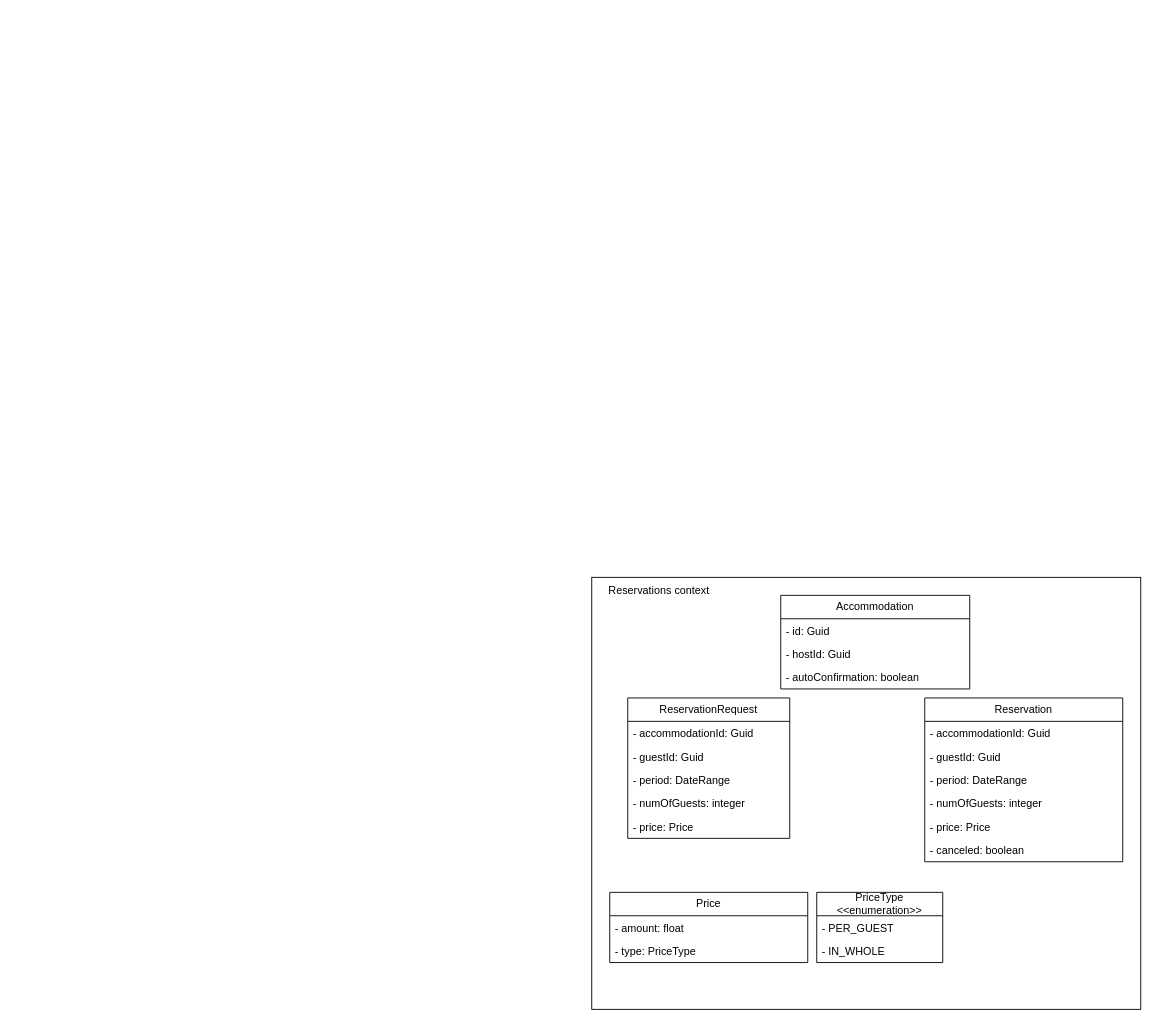
Above: accommodation-booking/architecture.drawio in markor33/booking-app (draw.io), before the change. Source tidied: cells renumbered, new cells numbered last; positions are measured from the earlier drawing's top-left corner, leaving out a move shared by most shapes. Both pictures are drawn from the tidied source at 90%, with x=0, y=0 at pixel (591, 577).
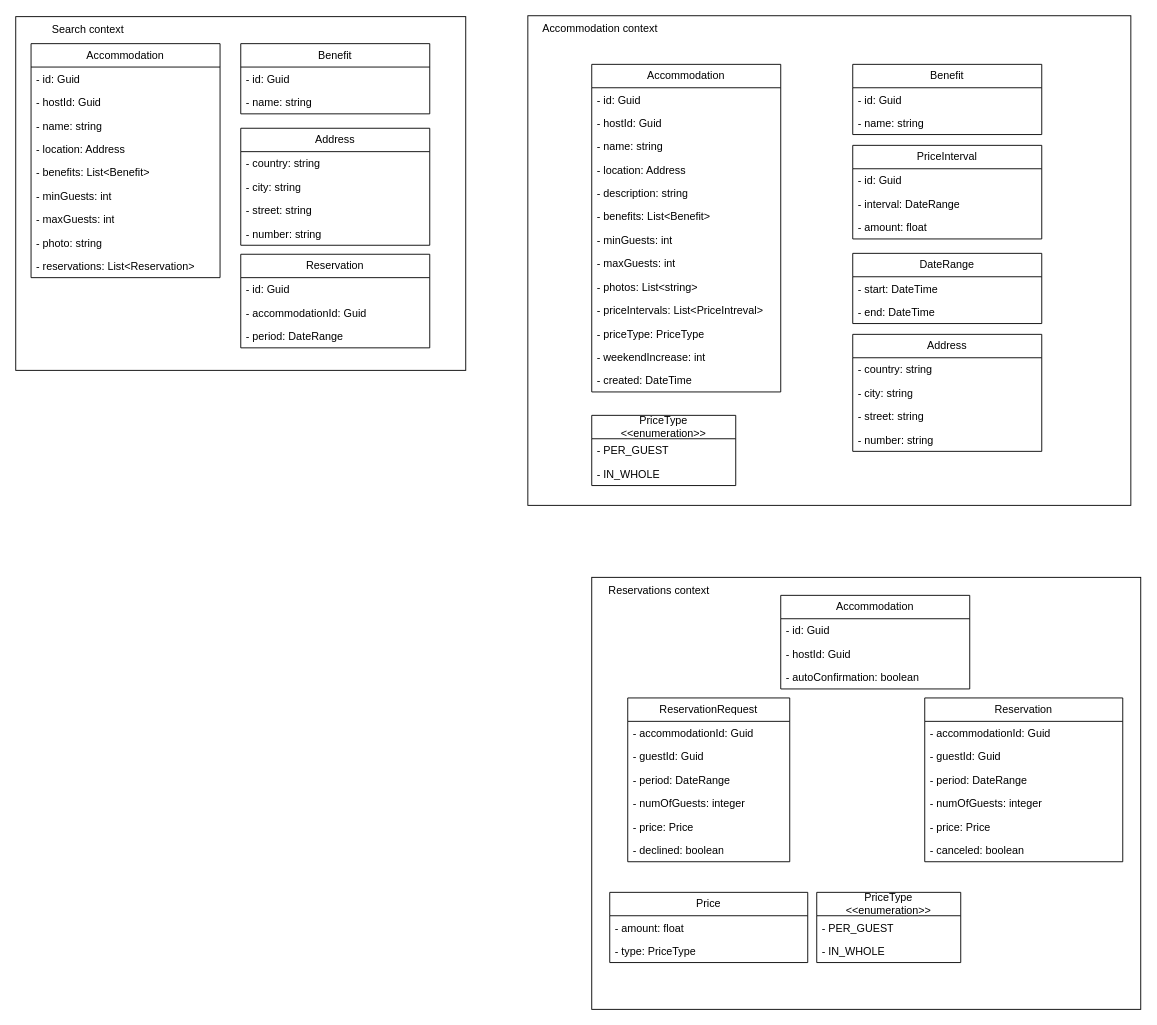
After the change.

Commit message (it also covers changes not shown here):
Implement simple search

Diff of the diagram source:
```diff
@@
+    <mxCell id="27" style="rounded=0;whiteSpace=wrap;html=1;" parent="1" vertex="1">
+      <mxGeometry x="-71" y="-624" width="670" height="544" as="geometry" />
+    </mxCell>
@@
     <mxCell id="3" value="ReservationRequest" style="swimlane;fontStyle=0;horizontal=1;startSize=26;fillColor=none;whiteSpace=wrap;html=1;" parent="1" vertex="1">
-      <mxGeometry x="40" y="134" width="180" height="156" as="geometry" />
+      <mxGeometry x="40" y="134" width="180" height="182" as="geometry" />
     </mxCell>
@@
+    <mxCell id="28" value="- declined: boolean" style="text;strokeColor=none;fillColor=none;align=left;verticalAlign=top;spacingLeft=4;spacingRight=4;overflow=hidden;whiteSpace=wrap;html=1;" parent="3" vertex="1">
+      <mxGeometry y="156" width="180" height="26" as="geometry" />
+    </mxCell>
@@
     <mxCell id="23" value="PriceType&lt;br&gt;&amp;lt;&amp;lt;enumeration&amp;gt;&amp;gt;" style="swimlane;fontStyle=0;horizontal=1;startSize=26;fillColor=none;whiteSpace=wrap;html=1;" parent="1" vertex="1">
-      <mxGeometry x="250" y="350" width="140" height="78" as="geometry" />
+      <mxGeometry x="250" y="350" width="160" height="78" as="geometry" />
     </mxCell>
     <mxCell id="24" value="- PER_GUEST" style="text;strokeColor=none;fillColor=none;align=left;verticalAlign=top;spacingLeft=4;spacingRight=4;overflow=hidden;whiteSpace=wrap;html=1;" parent="23" vertex="1">
-      <mxGeometry y="26" width="140" height="26" as="geometry" />
+      <mxGeometry y="26" width="160" height="26" as="geometry" />
     </mxCell>
     <mxCell id="25" value="- IN_WHOLE" style="text;strokeColor=none;fillColor=none;align=left;verticalAlign=top;spacingLeft=4;spacingRight=4;overflow=hidden;whiteSpace=wrap;html=1;" parent="23" vertex="1">
-      <mxGeometry y="52" width="140" height="26" as="geometry" />
+      <mxGeometry y="52" width="160" height="26" as="geometry" />
     </mxCell>
@@
+    <mxCell id="29" value="Accommodation" style="swimlane;fontStyle=0;horizontal=1;startSize=26;fillColor=none;whiteSpace=wrap;html=1;" parent="1" vertex="1">
+      <mxGeometry y="-570" width="210" height="364" as="geometry" />
+    </mxCell>
+    <mxCell id="30" value="- id: Guid" style="text;strokeColor=none;fillColor=none;align=left;verticalAlign=top;spacingLeft=4;spacingRight=4;overflow=hidden;whiteSpace=wrap;html=1;" parent="29" vertex="1">
+      <mxGeometry y="26" width="210" height="26" as="geometry" />
+    </mxCell>
+    <mxCell id="31" value="- hostId: Guid" style="text;strokeColor=none;fillColor=none;align=left;verticalAlign=top;spacingLeft=4;spacingRight=4;overflow=hidden;whiteSpace=wrap;html=1;" parent="29" vertex="1">
+      <mxGeometry y="52" width="210" height="26" as="geometry" />
+    </mxCell>
+    <mxCell id="32" value="- name: string" style="text;strokeColor=none;fillColor=none;align=left;verticalAlign=top;spacingLeft=4;spacingRight=4;overflow=hidden;whiteSpace=wrap;html=1;" parent="29" vertex="1">
+      <mxGeometry y="78" width="210" height="26" as="geometry" />
+    </mxCell>
+    <mxCell id="33" value="- location: Address" style="text;strokeColor=none;fillColor=none;align=left;verticalAlign=top;spacingLeft=4;spacingRight=4;overflow=hidden;whiteSpace=wrap;html=1;" parent="29" vertex="1">
+      <mxGeometry y="104" width="210" height="26" as="geometry" />
+    </mxCell>
+    <mxCell id="34" value="- description: string" style="text;strokeColor=none;fillColor=none;align=left;verticalAlign=top;spacingLeft=4;spacingRight=4;overflow=hidden;whiteSpace=wrap;html=1;" parent="29" vertex="1">
+      <mxGeometry y="130" width="210" height="26" as="geometry" />
+    </mxCell>
+    <mxCell id="35" value="- benefits: List&amp;lt;Benefit&amp;gt;" style="text;strokeColor=none;fillColor=none;align=left;verticalAlign=top;spacingLeft=4;spacingRight=4;overflow=hidden;whiteSpace=wrap;html=1;" parent="29" vertex="1">
+      <mxGeometry y="156" width="210" height="26" as="geometry" />
+    </mxCell>
+    <mxCell id="36" value="- minGuests: int" style="text;strokeColor=none;fillColor=none;align=left;verticalAlign=top;spacingLeft=4;spacingRight=4;overflow=hidden;whiteSpace=wrap;html=1;" parent="29" vertex="1">
+      <mxGeometry y="182" width="210" height="26" as="geometry" />
+    </mxCell>
+    <mxCell id="37" value="- maxGuests: int" style="text;strokeColor=none;fillColor=none;align=left;verticalAlign=top;spacingLeft=4;spacingRight=4;overflow=hidden;whiteSpace=wrap;html=1;" parent="29" vertex="1">
+      <mxGeometry y="208" width="210" height="26" as="geometry" />
+    </mxCell>
+    <mxCell id="38" value="- photos: List&amp;lt;string&amp;gt;" style="text;strokeColor=none;fillColor=none;align=left;verticalAlign=top;spacingLeft=4;spacingRight=4;overflow=hidden;whiteSpace=wrap;html=1;" parent="29" vertex="1">
+      <mxGeometry y="234" width="210" height="26" as="geometry" />
+    </mxCell>
+    <mxCell id="39" value="- priceIntervals: List&amp;lt;PriceIntreval&amp;gt;" style="text;strokeColor=none;fillColor=none;align=left;verticalAlign=top;spacingLeft=4;spacingRight=4;overflow=hidden;whiteSpace=wrap;html=1;" parent="29" vertex="1">
+      <mxGeometry y="260" width="210" height="26" as="geometry" />
+    </mxCell>
+    <mxCell id="40" value="- priceType: PriceType" style="text;strokeColor=none;fillColor=none;align=left;verticalAlign=top;spacingLeft=4;spacingRight=4;overflow=hidden;whiteSpace=wrap;html=1;" parent="29" vertex="1">
+      <mxGeometry y="286" width="210" height="26" as="geometry" />
+    </mxCell>
+    <mxCell id="41" value="- weekendIncrease: int" style="text;strokeColor=none;fillColor=none;align=left;verticalAlign=top;spacingLeft=4;spacingRight=4;overflow=hidden;whiteSpace=wrap;html=1;" parent="29" vertex="1">
+      <mxGeometry y="312" width="210" height="26" as="geometry" />
+    </mxCell>
+    <mxCell id="42" value="- created: DateTime" style="text;strokeColor=none;fillColor=none;align=left;verticalAlign=top;spacingLeft=4;spacingRight=4;overflow=hidden;whiteSpace=wrap;html=1;" parent="29" vertex="1">
+      <mxGeometry y="338" width="210" height="26" as="geometry" />
+    </mxCell>
+    <mxCell id="43" value="Benefit" style="swimlane;fontStyle=0;horizontal=1;startSize=26;fillColor=none;whiteSpace=wrap;html=1;" parent="1" vertex="1">
+      <mxGeometry x="290" y="-570" width="210" height="78" as="geometry" />
+    </mxCell>
+    <mxCell id="44" value="- id: Guid" style="text;strokeColor=none;fillColor=none;align=left;verticalAlign=top;spacingLeft=4;spacingRight=4;overflow=hidden;whiteSpace=wrap;html=1;" parent="43" vertex="1">
+      <mxGeometry y="26" width="210" height="26" as="geometry" />
+    </mxCell>
+    <mxCell id="45" value="- name: string" style="text;strokeColor=none;fillColor=none;align=left;verticalAlign=top;spacingLeft=4;spacingRight=4;overflow=hidden;whiteSpace=wrap;html=1;" parent="43" vertex="1">
+      <mxGeometry y="52" width="210" height="26" as="geometry" />
+    </mxCell>
+    <mxCell id="46" value="PriceInterval" style="swimlane;fontStyle=0;horizontal=1;startSize=26;fillColor=none;whiteSpace=wrap;html=1;" parent="1" vertex="1">
+      <mxGeometry x="290" y="-480" width="210" height="104" as="geometry" />
+    </mxCell>
+    <mxCell id="47" value="- id: Guid" style="text;strokeColor=none;fillColor=none;align=left;verticalAlign=top;spacingLeft=4;spacingRight=4;overflow=hidden;whiteSpace=wrap;html=1;" parent="46" vertex="1">
+      <mxGeometry y="26" width="210" height="26" as="geometry" />
+    </mxCell>
+    <mxCell id="48" value="- interval: DateRange" style="text;strokeColor=none;fillColor=none;align=left;verticalAlign=top;spacingLeft=4;spacingRight=4;overflow=hidden;whiteSpace=wrap;html=1;" parent="46" vertex="1">
+      <mxGeometry y="52" width="210" height="26" as="geometry" />
+    </mxCell>
+    <mxCell id="49" value="- amount: float" style="text;strokeColor=none;fillColor=none;align=left;verticalAlign=top;spacingLeft=4;spacingRight=4;overflow=hidden;whiteSpace=wrap;html=1;" parent="46" vertex="1">
+      <mxGeometry y="78" width="210" height="26" as="geometry" />
+    </mxCell>
+    <mxCell id="50" value="PriceType&lt;br&gt;&amp;lt;&amp;lt;enumeration&amp;gt;&amp;gt;" style="swimlane;fontStyle=0;horizontal=1;startSize=26;fillColor=none;whiteSpace=wrap;html=1;" parent="1" vertex="1">
+      <mxGeometry y="-180" width="160" height="78" as="geometry" />
+    </mxCell>
+    <mxCell id="51" value="- PER_GUEST" style="text;strokeColor=none;fillColor=none;align=left;verticalAlign=top;spacingLeft=4;spacingRight=4;overflow=hidden;whiteSpace=wrap;html=1;" parent="50" vertex="1">
+      <mxGeometry y="26" width="160" height="26" as="geometry" />
+    </mxCell>
+    <mxCell id="52" value="- IN_WHOLE" style="text;strokeColor=none;fillColor=none;align=left;verticalAlign=top;spacingLeft=4;spacingRight=4;overflow=hidden;whiteSpace=wrap;html=1;" parent="50" vertex="1">
+      <mxGeometry y="52" width="160" height="26" as="geometry" />
+    </mxCell>
+    <mxCell id="53" value="DateRange" style="swimlane;fontStyle=0;horizontal=1;startSize=26;fillColor=none;whiteSpace=wrap;html=1;" parent="1" vertex="1">
+      <mxGeometry x="290" y="-360" width="210" height="78" as="geometry" />
+    </mxCell>
+    <mxCell id="54" value="- start: DateTime" style="text;strokeColor=none;fillColor=none;align=left;verticalAlign=top;spacingLeft=4;spacingRight=4;overflow=hidden;whiteSpace=wrap;html=1;" parent="53" vertex="1">
+      <mxGeometry y="26" width="210" height="26" as="geometry" />
+    </mxCell>
+    <mxCell id="55" value="- end: DateTime" style="text;strokeColor=none;fillColor=none;align=left;verticalAlign=top;spacingLeft=4;spacingRight=4;overflow=hidden;whiteSpace=wrap;html=1;" parent="53" vertex="1">
+      <mxGeometry y="52" width="210" height="26" as="geometry" />
+    </mxCell>
+    <mxCell id="56" value="Address" style="swimlane;fontStyle=0;horizontal=1;startSize=26;fillColor=none;whiteSpace=wrap;html=1;" parent="1" vertex="1">
+      <mxGeometry x="290" y="-270" width="210" height="130" as="geometry" />
+    </mxCell>
+    <mxCell id="57" value="- country: string" style="text;strokeColor=none;fillColor=none;align=left;verticalAlign=top;spacingLeft=4;spacingRight=4;overflow=hidden;whiteSpace=wrap;html=1;" parent="56" vertex="1">
+      <mxGeometry y="26" width="210" height="26" as="geometry" />
+    </mxCell>
+    <mxCell id="58" value="- city: string" style="text;strokeColor=none;fillColor=none;align=left;verticalAlign=top;spacingLeft=4;spacingRight=4;overflow=hidden;whiteSpace=wrap;html=1;" parent="56" vertex="1">
+      <mxGeometry y="52" width="210" height="26" as="geometry" />
+    </mxCell>
+    <mxCell id="59" value="- street: string" style="text;strokeColor=none;fillColor=none;align=left;verticalAlign=top;spacingLeft=4;spacingRight=4;overflow=hidden;whiteSpace=wrap;html=1;" parent="56" vertex="1">
+      <mxGeometry y="78" width="210" height="26" as="geometry" />
+    </mxCell>
+    <mxCell id="60" value="- number: string" style="text;strokeColor=none;fillColor=none;align=left;verticalAlign=top;spacingLeft=4;spacingRight=4;overflow=hidden;whiteSpace=wrap;html=1;" parent="56" vertex="1">
+      <mxGeometry y="104" width="210" height="26" as="geometry" />
+    </mxCell>
+    <mxCell id="61" value="Accommodation context" style="text;html=1;strokeColor=none;fillColor=none;align=center;verticalAlign=middle;whiteSpace=wrap;rounded=0;" parent="1" vertex="1">
+      <mxGeometry x="-71" y="-624" width="161" height="30" as="geometry" />
+    </mxCell>
+    <mxCell id="62" style="rounded=0;whiteSpace=wrap;html=1;" parent="1" vertex="1">
+      <mxGeometry x="-640" y="-623" width="500" height="393" as="geometry" />
+    </mxCell>
+    <mxCell id="63" value="Search context" style="text;html=1;strokeColor=none;fillColor=none;align=center;verticalAlign=middle;whiteSpace=wrap;rounded=0;" parent="1" vertex="1">
+      <mxGeometry x="-640" y="-623" width="161" height="30" as="geometry" />
+    </mxCell>
+    <mxCell id="64" value="Accommodation" style="swimlane;fontStyle=0;horizontal=1;startSize=26;fillColor=none;whiteSpace=wrap;html=1;" parent="1" vertex="1">
+      <mxGeometry x="-623" y="-593" width="210" height="260" as="geometry" />
+    </mxCell>
+    <mxCell id="65" value="- id: Guid" style="text;strokeColor=none;fillColor=none;align=left;verticalAlign=top;spacingLeft=4;spacingRight=4;overflow=hidden;whiteSpace=wrap;html=1;" parent="64" vertex="1">
+      <mxGeometry y="26" width="210" height="26" as="geometry" />
+    </mxCell>
+    <mxCell id="66" value="- hostId: Guid" style="text;strokeColor=none;fillColor=none;align=left;verticalAlign=top;spacingLeft=4;spacingRight=4;overflow=hidden;whiteSpace=wrap;html=1;" parent="64" vertex="1">
+      <mxGeometry y="52" width="210" height="26" as="geometry" />
+    </mxCell>
+    <mxCell id="67" value="- name: string" style="text;strokeColor=none;fillColor=none;align=left;verticalAlign=top;spacingLeft=4;spacingRight=4;overflow=hidden;whiteSpace=wrap;html=1;" parent="64" vertex="1">
+      <mxGeometry y="78" width="210" height="26" as="geometry" />
+    </mxCell>
+    <mxCell id="68" value="- location: Address" style="text;strokeColor=none;fillColor=none;align=left;verticalAlign=top;spacingLeft=4;spacingRight=4;overflow=hidden;whiteSpace=wrap;html=1;" parent="64" vertex="1">
+      <mxGeometry y="104" width="210" height="26" as="geometry" />
+    </mxCell>
+    <mxCell id="69" value="- benefits: List&amp;lt;Benefit&amp;gt;" style="text;strokeColor=none;fillColor=none;align=left;verticalAlign=top;spacingLeft=4;spacingRight=4;overflow=hidden;whiteSpace=wrap;html=1;" parent="64" vertex="1">
+      <mxGeometry y="130" width="210" height="26" as="geometry" />
+    </mxCell>
+    <mxCell id="70" value="- minGuests: int" style="text;strokeColor=none;fillColor=none;align=left;verticalAlign=top;spacingLeft=4;spacingRight=4;overflow=hidden;whiteSpace=wrap;html=1;" parent="64" vertex="1">
+      <mxGeometry y="156" width="210" height="26" as="geometry" />
+    </mxCell>
+    <mxCell id="71" value="- maxGuests: int" style="text;strokeColor=none;fillColor=none;align=left;verticalAlign=top;spacingLeft=4;spacingRight=4;overflow=hidden;whiteSpace=wrap;html=1;" parent="64" vertex="1">
+      <mxGeometry y="182" width="210" height="26" as="geometry" />
+    </mxCell>
+    <mxCell id="72" value="- photo: string" style="text;strokeColor=none;fillColor=none;align=left;verticalAlign=top;spacingLeft=4;spacingRight=4;overflow=hidden;whiteSpace=wrap;html=1;" parent="64" vertex="1">
+      <mxGeometry y="208" width="210" height="26" as="geometry" />
+    </mxCell>
+    <mxCell id="73" value="- reservations: List&amp;lt;Reservation&amp;gt;" style="text;strokeColor=none;fillColor=none;align=left;verticalAlign=top;spacingLeft=4;spacingRight=4;overflow=hidden;whiteSpace=wrap;html=1;" parent="64" vertex="1">
+      <mxGeometry y="234" width="210" height="26" as="geometry" />
+    </mxCell>
+    <mxCell id="74" value="Benefit" style="swimlane;fontStyle=0;horizontal=1;startSize=26;fillColor=none;whiteSpace=wrap;html=1;" parent="1" vertex="1">
+      <mxGeometry x="-390" y="-593" width="210" height="78" as="geometry" />
+    </mxCell>
+    <mxCell id="75" value="- id: Guid" style="text;strokeColor=none;fillColor=none;align=left;verticalAlign=top;spacingLeft=4;spacingRight=4;overflow=hidden;whiteSpace=wrap;html=1;" parent="74" vertex="1">
+      <mxGeometry y="26" width="210" height="26" as="geometry" />
+    </mxCell>
+    <mxCell id="76" value="- name: string" style="text;strokeColor=none;fillColor=none;align=left;verticalAlign=top;spacingLeft=4;spacingRight=4;overflow=hidden;whiteSpace=wrap;html=1;" parent="74" vertex="1">
+      <mxGeometry y="52" width="210" height="26" as="geometry" />
+    </mxCell>
+    <mxCell id="77" value="Address" style="swimlane;fontStyle=0;horizontal=1;startSize=26;fillColor=none;whiteSpace=wrap;html=1;" parent="1" vertex="1">
+      <mxGeometry x="-390" y="-499" width="210" height="130" as="geometry" />
+    </mxCell>
+    <mxCell id="78" value="- country: string" style="text;strokeColor=none;fillColor=none;align=left;verticalAlign=top;spacingLeft=4;spacingRight=4;overflow=hidden;whiteSpace=wrap;html=1;" parent="77" vertex="1">
+      <mxGeometry y="26" width="210" height="26" as="geometry" />
+    </mxCell>
+    <mxCell id="79" value="- city: string" style="text;strokeColor=none;fillColor=none;align=left;verticalAlign=top;spacingLeft=4;spacingRight=4;overflow=hidden;whiteSpace=wrap;html=1;" parent="77" vertex="1">
+      <mxGeometry y="52" width="210" height="26" as="geometry" />
+    </mxCell>
+    <mxCell id="80" value="- street: string" style="text;strokeColor=none;fillColor=none;align=left;verticalAlign=top;spacingLeft=4;spacingRight=4;overflow=hidden;whiteSpace=wrap;html=1;" parent="77" vertex="1">
+      <mxGeometry y="78" width="210" height="26" as="geometry" />
+    </mxCell>
+    <mxCell id="81" value="- number: string" style="text;strokeColor=none;fillColor=none;align=left;verticalAlign=top;spacingLeft=4;spacingRight=4;overflow=hidden;whiteSpace=wrap;html=1;" parent="77" vertex="1">
+      <mxGeometry y="104" width="210" height="26" as="geometry" />
+    </mxCell>
+    <mxCell id="82" value="Reservation" style="swimlane;fontStyle=0;horizontal=1;startSize=26;fillColor=none;whiteSpace=wrap;html=1;" parent="1" vertex="1">
+      <mxGeometry x="-390" y="-359" width="210" height="104" as="geometry" />
+    </mxCell>
+    <mxCell id="83" value="- id: Guid" style="text;strokeColor=none;fillColor=none;align=left;verticalAlign=top;spacingLeft=4;spacingRight=4;overflow=hidden;whiteSpace=wrap;html=1;" parent="82" vertex="1">
+      <mxGeometry y="26" width="210" height="26" as="geometry" />
+    </mxCell>
+    <mxCell id="84" value="- accommodationId: Guid" style="text;strokeColor=none;fillColor=none;align=left;verticalAlign=top;spacingLeft=4;spacingRight=4;overflow=hidden;whiteSpace=wrap;html=1;" parent="82" vertex="1">
+      <mxGeometry y="52" width="210" height="26" as="geometry" />
+    </mxCell>
+    <mxCell id="85" value="- period: DateRange" style="text;strokeColor=none;fillColor=none;align=left;verticalAlign=top;spacingLeft=4;spacingRight=4;overflow=hidden;whiteSpace=wrap;html=1;" parent="82" vertex="1">
+      <mxGeometry y="78" width="210" height="26" as="geometry" />
+    </mxCell>
```
